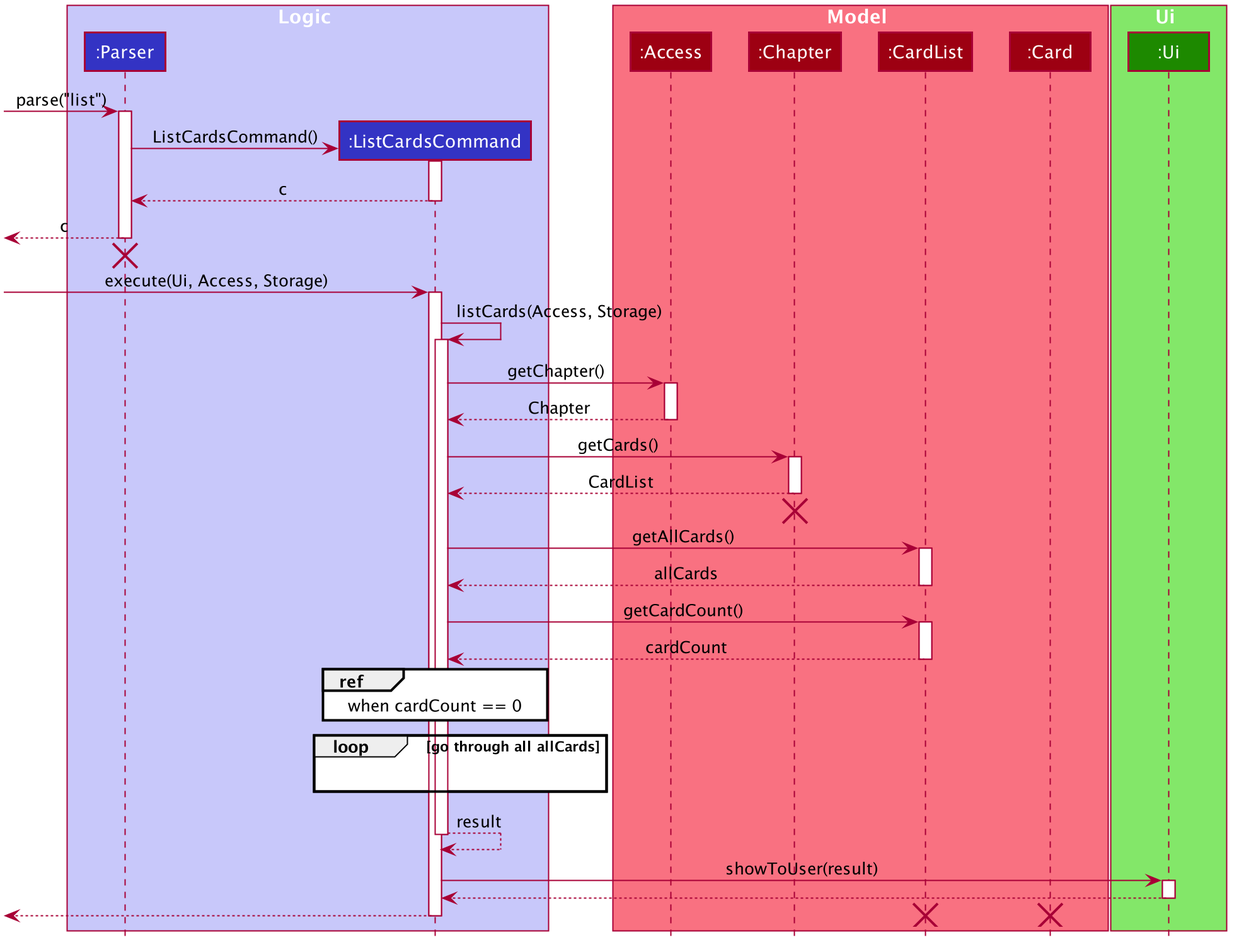
nus-cs2113-AY2021S1/tp keeps this PlantUML diagram as docs/UML/listcard_seq_diagram.png. Above is the earlier version.
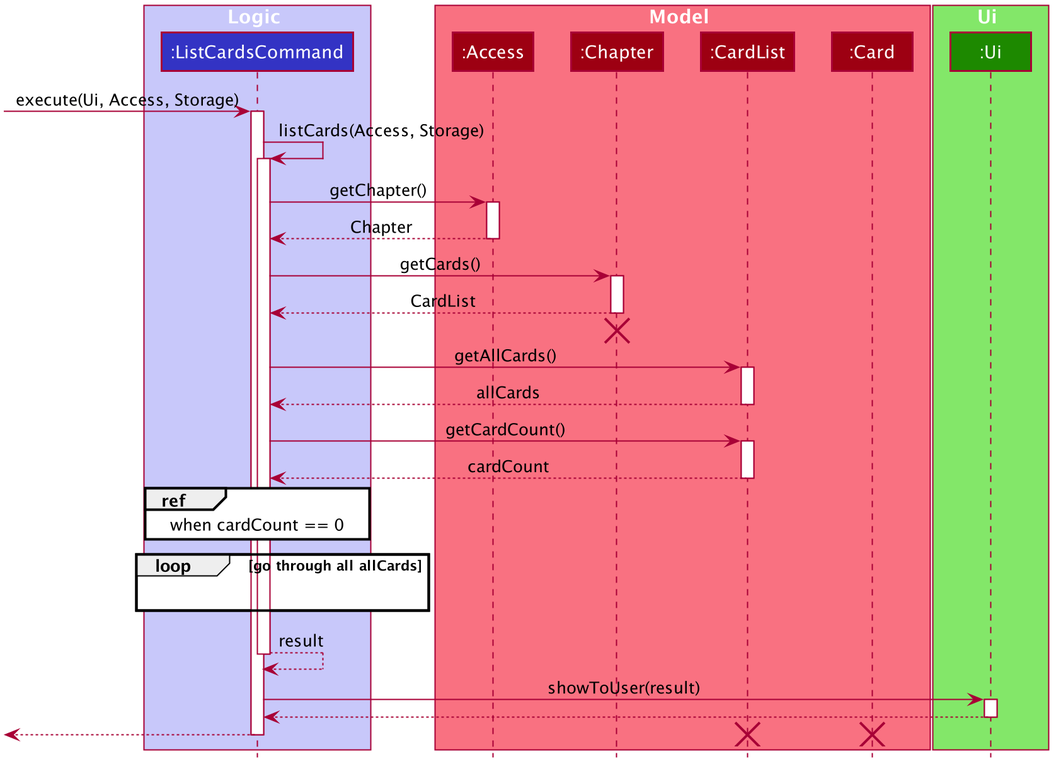
The same file after the commit.

Change to the diagram source:
```diff
@@ -43,13 +43,14 @@
 skinparam Shadowing false
 skinparam DefaultTextAlignment center
 skinparam packageStyle Rectangle
+skinparam classAttributeIconSize 0
+skinparam classAttributeFontColor white
 
 hide footbox
 hide members
 hide circle
 
 box Logic #C8C8FA
-participant ":Parser" as Parser #3333C4
 participant ":ListCardsCommand" as ListCardsCommand #3333C4
 end box
 
@@ -63,21 +64,6 @@
 box Ui #83E769
 participant ":Ui" as Ui #1D8900
 end box
-
-[-> Parser : parse("list")
-activate Parser
-
-create ListCardsCommand
-Parser -> ListCardsCommand : ListCardsCommand()
-activate ListCardsCommand
-
-ListCardsCommand --> Parser : c
-deactivate ListCardsCommand
-
-[<-- Parser : c
-deactivate Parser
-[<-[hidden]- Parser
-destroy Parser
 
 [-> ListCardsCommand : execute(Ui, Access, Storage)
 activate ListCardsCommand
```
